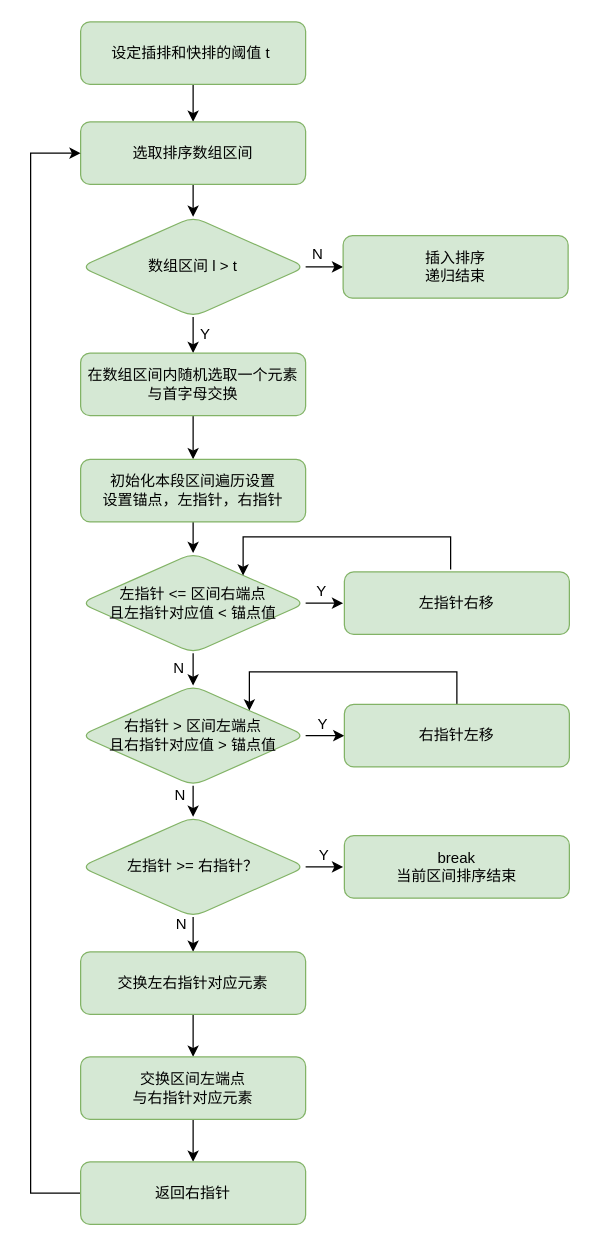
HonyoLAN/telmy keeps this draw.io diagram as 快速排序.drawio. Above is the earlier version. Source tidied: cells renumbered, new cells numbered last; positions are measured from the earlier drawing's top-left corner, leaving out a move shared by most shapes. Both pictures are drawn from the tidied source at 125%, with x=0, y=0 at pixel (30, 21).
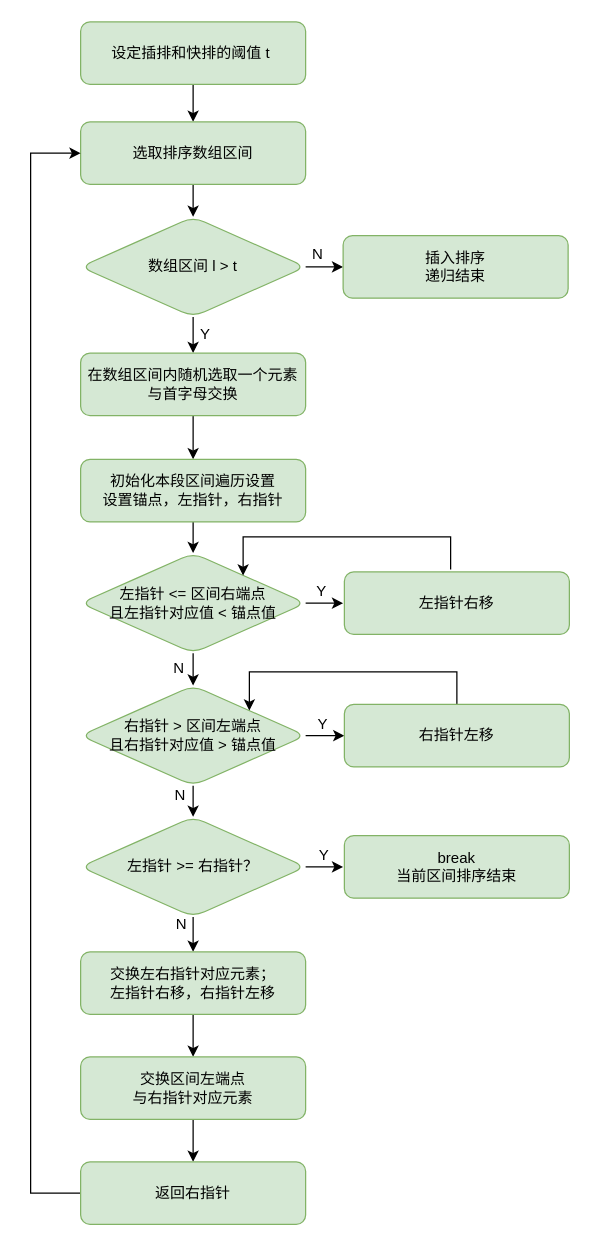
The same diagram, later.

Commit message:
更新快速排序.drawio

What changed in the source:
```diff
@@
-    <mxCell id="29" value="交换左右指针对应元素" style="rounded=1;whiteSpace=wrap;html=1;fillColor=#d5e8d4;strokeColor=#82b366;" parent="1" vertex="1">
+    <mxCell id="29" value="交换左右指针对应元素；&lt;br&gt;左指针右移，右指针左移" style="rounded=1;whiteSpace=wrap;html=1;fillColor=#d5e8d4;strokeColor=#82b366;" parent="1" vertex="1">
       <mxGeometry x="40" y="744" width="180" height="50" as="geometry" />
     </mxCell>
```
